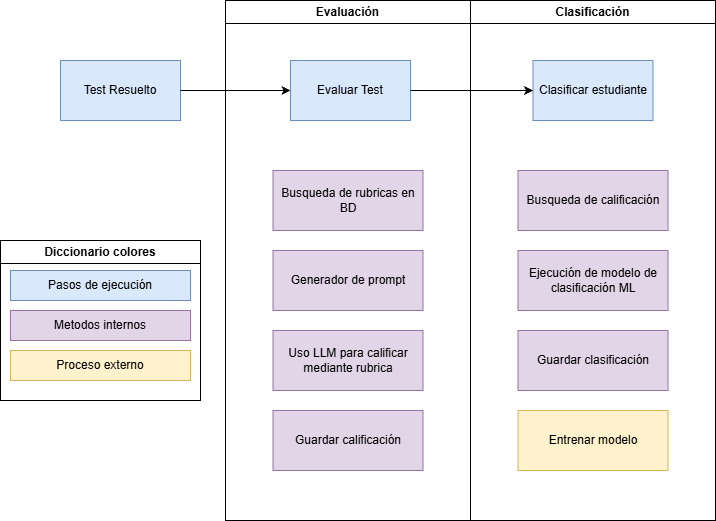
Earlier version of the draw.io export docs/resources/LLM_engine.drawio.png (devgalop/ITMentorSoft). Source tidied: cells renumbered, new cells last; positions are measured from the earlier drawing's top-left corner, leaving out a move shared by most shapes. Its diagram source:
```xml
<mxGraphModel background="#FFFFFF">
  <root>
    <mxCell id="0" />
    <mxCell id="1" parent="0" />
    <mxCell id="2" value="Test Resuelto" style="rounded=0;whiteSpace=wrap;html=1;fillColor=#dae8fc;strokeColor=#6c8ebf;" parent="1" vertex="1">
      <mxGeometry x="60" y="60" width="120" height="60" as="geometry" />
    </mxCell>
    <mxCell id="3" value="Evaluar Test" style="rounded=0;whiteSpace=wrap;html=1;fillColor=#dae8fc;strokeColor=#6c8ebf;" parent="1" vertex="1">
      <mxGeometry x="290" y="60" width="120" height="60" as="geometry" />
    </mxCell>
    <mxCell id="4" style="endArrow=classic;html=1;" parent="1" edge="1" source="2" target="3">
      <mxGeometry relative="1" as="geometry" />
    </mxCell>
    <mxCell id="5" value="Evaluación" style="swimlane;whiteSpace=wrap;html=1;" parent="1" vertex="1">
      <mxGeometry x="225" width="245" height="520" as="geometry" />
    </mxCell>
    <mxCell id="6" value="Generador de prompt" style="rounded=0;whiteSpace=wrap;html=1;fillColor=#e1d5e7;strokeColor=#9673a6;" parent="5" vertex="1">
      <mxGeometry x="47.5" y="250" width="150" height="60" as="geometry" />
    </mxCell>
    <mxCell id="7" value="Uso LLM para calificar mediante rubrica" style="rounded=0;whiteSpace=wrap;html=1;fillColor=#e1d5e7;strokeColor=#9673a6;" parent="5" vertex="1">
      <mxGeometry x="47.5" y="330" width="150" height="60" as="geometry" />
    </mxCell>
    <mxCell id="8" value="Guardar calificación" style="rounded=0;whiteSpace=wrap;html=1;fillColor=#e1d5e7;strokeColor=#9673a6;" parent="5" vertex="1">
      <mxGeometry x="47.5" y="410" width="150" height="60" as="geometry" />
    </mxCell>
    <mxCell id="9" value="Busqueda de rubricas en BD" style="rounded=0;whiteSpace=wrap;html=1;fillColor=#e1d5e7;strokeColor=#9673a6;" parent="5" vertex="1">
      <mxGeometry x="47.5" y="170" width="150" height="60" as="geometry" />
    </mxCell>
    <mxCell id="10" value="Clasificación" style="swimlane;whiteSpace=wrap;html=1;" parent="1" vertex="1">
      <mxGeometry x="470" width="245" height="520" as="geometry" />
    </mxCell>
    <mxCell id="11" value="Clasificar estudiante" style="rounded=0;whiteSpace=wrap;html=1;fillColor=#dae8fc;strokeColor=#6c8ebf;" parent="10" vertex="1">
      <mxGeometry x="62.5" y="60" width="120" height="60" as="geometry" />
    </mxCell>
    <mxCell id="12" value="Busqueda de calificación" style="rounded=0;whiteSpace=wrap;html=1;fillColor=#e1d5e7;strokeColor=#9673a6;" parent="10" vertex="1">
      <mxGeometry x="47.5" y="170" width="150" height="60" as="geometry" />
    </mxCell>
    <mxCell id="13" value="Ejecución de modelo de clasificación ML" style="rounded=0;whiteSpace=wrap;html=1;fillColor=#e1d5e7;strokeColor=#9673a6;" parent="10" vertex="1">
      <mxGeometry x="47.5" y="250" width="150" height="60" as="geometry" />
    </mxCell>
    <mxCell id="14" value="Guardar clasificación" style="rounded=0;whiteSpace=wrap;html=1;fillColor=#e1d5e7;strokeColor=#9673a6;" parent="10" vertex="1">
      <mxGeometry x="47.5" y="330" width="150" height="60" as="geometry" />
    </mxCell>
    <mxCell id="15" value="Entrenar modelo" style="rounded=0;whiteSpace=wrap;html=1;fillColor=#fff2cc;strokeColor=#d6b656;" parent="10" vertex="1">
      <mxGeometry x="47.5" y="410" width="150" height="60" as="geometry" />
    </mxCell>
    <mxCell id="16" style="endArrow=classic;html=1;exitX=1;exitY=0.5;exitDx=0;exitDy=0;" parent="1" edge="1" source="3" target="11">
      <mxGeometry relative="1" as="geometry" />
    </mxCell>
    <mxCell id="17" value="Diccionario colores" style="swimlane;whiteSpace=wrap;html=1;" parent="1" vertex="1">
      <mxGeometry y="240" width="200" height="160" as="geometry" />
    </mxCell>
    <mxCell id="18" value="Pasos de ejecución" style="rounded=0;whiteSpace=wrap;html=1;fillColor=#dae8fc;strokeColor=#6c8ebf;" parent="17" vertex="1">
      <mxGeometry x="10" y="30" width="180" height="30" as="geometry" />
    </mxCell>
    <mxCell id="19" value="Metodos internos" style="rounded=0;whiteSpace=wrap;html=1;fillColor=#e1d5e7;strokeColor=#9673a6;" parent="17" vertex="1">
      <mxGeometry x="10" y="70" width="180" height="30" as="geometry" />
    </mxCell>
    <mxCell id="20" value="Proceso externo" style="rounded=0;whiteSpace=wrap;html=1;fillColor=#fff2cc;strokeColor=#d6b656;" parent="17" vertex="1">
      <mxGeometry x="10" y="110" width="180" height="30" as="geometry" />
    </mxCell>
  </root>
</mxGraphModel>
```
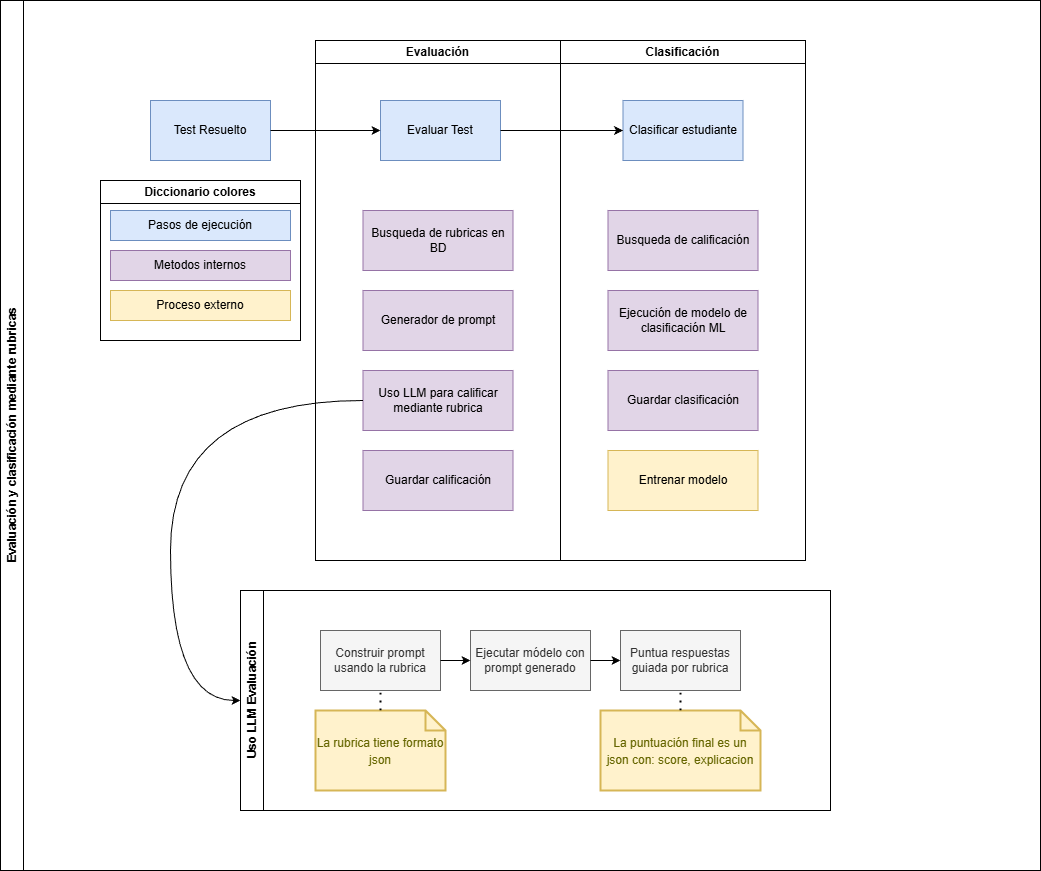
The same file after the commit.

Commit message:
docs: Documenta paso a paso de evaluación

Se agrega un diagrama mostrando el flujo paso a paso de una evaluación a un estudiante dentro de la aplicación

The edit, as a diff of the source:
```diff
@@ -48,7 +48,7 @@
       <mxGeometry relative="1" as="geometry" />
     </mxCell>
     <mxCell id="17" value="Diccionario colores" style="swimlane;whiteSpace=wrap;html=1;" parent="1" vertex="1">
-      <mxGeometry y="240" width="200" height="160" as="geometry" />
+      <mxGeometry x="10" y="140" width="200" height="160" as="geometry" />
     </mxCell>
     <mxCell id="18" value="Pasos de ejecución" style="rounded=0;whiteSpace=wrap;html=1;fillColor=#dae8fc;strokeColor=#6c8ebf;" parent="17" vertex="1">
       <mxGeometry x="10" y="30" width="180" height="30" as="geometry" />
@@ -59,5 +59,46 @@
     <mxCell id="20" value="Proceso externo" style="rounded=0;whiteSpace=wrap;html=1;fillColor=#fff2cc;strokeColor=#d6b656;" parent="17" vertex="1">
       <mxGeometry x="10" y="110" width="180" height="30" as="geometry" />
     </mxCell>
+    <mxCell id="21" value="Uso LLM Evaluación" style="swimlane;horizontal=0;whiteSpace=wrap;html=1;" parent="1" vertex="1">
+      <mxGeometry x="150" y="550" width="590" height="220" as="geometry" />
+    </mxCell>
+    <mxCell id="22" value="Construir prompt usando la rubrica" style="rounded=0;whiteSpace=wrap;html=1;fillColor=#f5f5f5;strokeColor=#666666;fontColor=#333333;" parent="21" vertex="1">
+      <mxGeometry x="80" y="40" width="120" height="60" as="geometry" />
+    </mxCell>
+    <mxCell id="23" value="Ejecutar módelo con prompt generado" style="rounded=0;whiteSpace=wrap;html=1;fillColor=#f5f5f5;strokeColor=#666666;fontColor=#333333;" parent="21" vertex="1">
+      <mxGeometry x="230" y="40" width="120" height="60" as="geometry" />
+    </mxCell>
+    <mxCell id="24" style="endArrow=classic;html=1;" parent="21" edge="1" source="22" target="23">
+      <mxGeometry relative="1" as="geometry" />
+    </mxCell>
+    <mxCell id="25" value="Puntua respuestas guiada por rubrica" style="rounded=0;whiteSpace=wrap;html=1;fillColor=#f5f5f5;strokeColor=#666666;fontColor=#333333;" parent="21" vertex="1">
+      <mxGeometry x="380" y="40" width="120" height="60" as="geometry" />
+    </mxCell>
+    <mxCell id="26" style="endArrow=classic;html=1;" parent="21" edge="1" source="23" target="25">
+      <mxGeometry relative="1" as="geometry" />
+    </mxCell>
+    <mxCell id="27" value="&lt;font style=&quot;font-size: 12px;&quot;&gt;La rubrica tiene formato json&lt;/font&gt;" style="shape=note;strokeWidth=2;fontSize=14;size=20;whiteSpace=wrap;html=1;fillColor=#fff2cc;strokeColor=#d6b656;fontColor=#666600;" parent="21" vertex="1">
+      <mxGeometry x="75" y="120" width="130" height="80" as="geometry" />
+    </mxCell>
+    <mxCell id="28" style="endArrow=none;dashed=1;html=1;dashPattern=1 3;strokeWidth=2;" parent="21" edge="1" source="27" target="22">
+      <mxGeometry relative="1" as="geometry" />
+    </mxCell>
+    <mxCell id="29" value="&lt;font style=&quot;font-size: 12px;&quot;&gt;La puntuación final es un json con: score, explicacion&lt;/font&gt;" style="shape=note;strokeWidth=2;fontSize=14;size=20;whiteSpace=wrap;html=1;fillColor=#fff2cc;strokeColor=#d6b656;fontColor=#666600;" parent="21" vertex="1">
+      <mxGeometry x="360" y="120" width="160" height="80" as="geometry" />
+    </mxCell>
+    <mxCell id="30" style="endArrow=none;dashed=1;html=1;dashPattern=1 3;strokeWidth=2;" parent="21" edge="1" source="29" target="25">
+      <mxGeometry relative="1" as="geometry" />
+    </mxCell>
+    <mxCell id="31" style="endArrow=classic;html=1;edgeStyle=orthogonalEdgeStyle;curved=1;" parent="1" edge="1" source="7" target="21">
+      <mxGeometry relative="1" as="geometry">
+        <Array as="points">
+          <mxPoint x="80" y="360" />
+          <mxPoint x="80" y="660" />
+        </Array>
+      </mxGeometry>
+    </mxCell>
+    <mxCell id="32" value="Evaluación y clasificación mediante rubricas" style="swimlane;horizontal=0;whiteSpace=wrap;html=1;" parent="1" vertex="1">
+      <mxGeometry x="-90" y="-40" width="1040" height="870" as="geometry" />
+    </mxCell>
   </root>
 </mxGraphModel>
```
